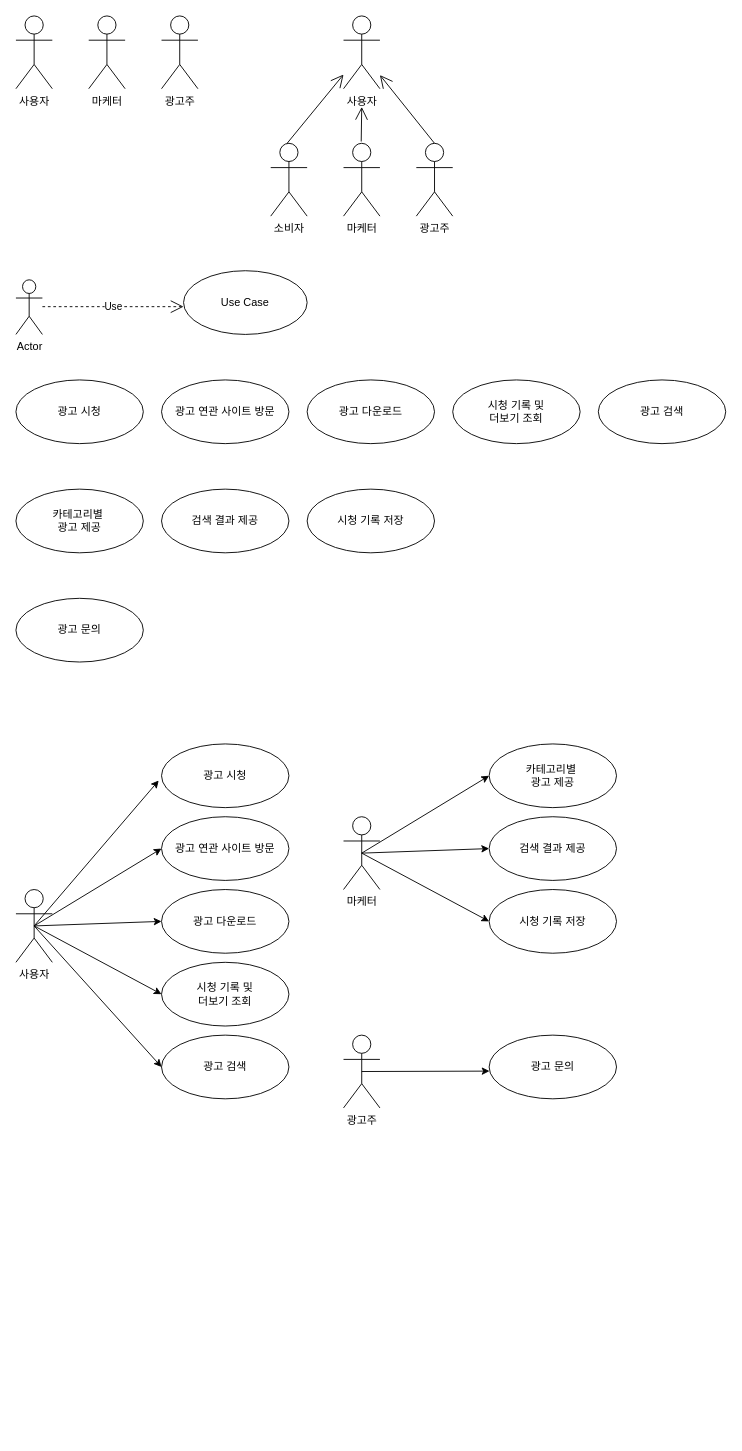
Before: Untitled Diagram.drawio in LEESEONGBOK1214/LSB-Files, a draw.io diagram. Source tidied: cells renumbered, new cells numbered last; positions are measured from the earlier drawing's top-left corner, leaving out a move shared by most shapes. Both pictures are drawn from the tidied source at 91%, with x=0, y=0 at pixel (15, 15).
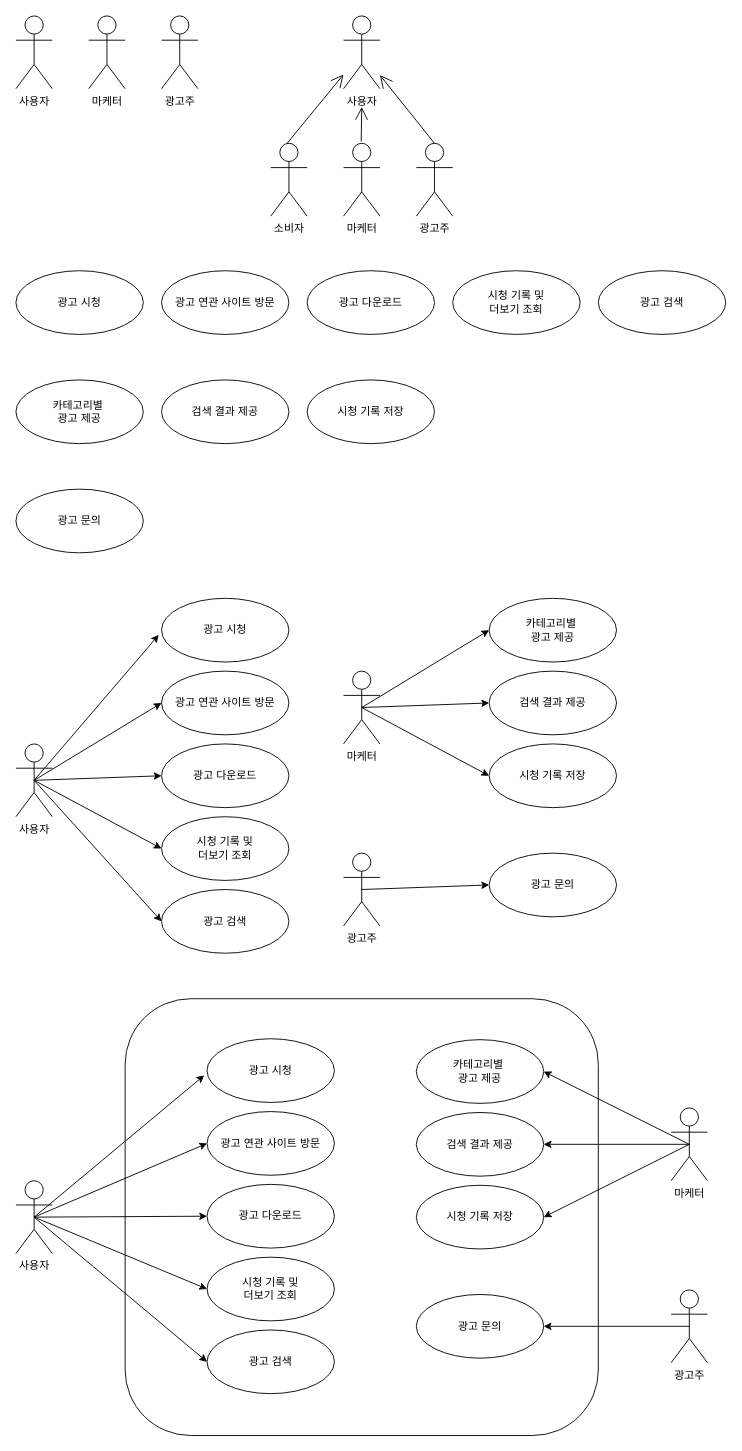
Above is the later version.

Commit message:
유스케이스 다이어그램 최종.drawio

The edit, as a diff of the source:
```diff
@@
+    <mxCell id="46" style="rounded=1;whiteSpace=wrap;html=1;" parent="1" vertex="1">
+      <mxGeometry x="120" y="1080" width="520" height="480" as="geometry" />
+    </mxCell>
@@
-    <mxCell id="8" style="group;" parent="1" vertex="1">
-      <mxGeometry y="280" width="320" height="70" as="geometry" />
-    </mxCell>
-    <mxCell id="9" value="Actor" style="shape=umlActor;verticalLabelPosition=bottom;verticalAlign=top;html=1;" parent="8" vertex="1">
-      <mxGeometry y="10" width="29.1" height="60" as="geometry" />
-    </mxCell>
-    <mxCell id="10" value="Use Case" style="ellipse;whiteSpace=wrap;html=1;" parent="8" vertex="1">
-      <mxGeometry x="184.2" width="135.8" height="70" as="geometry" />
-    </mxCell>
-    <mxCell id="11" value="Use" style="endArrow=open;endSize=12;dashed=1;html=1;" parent="8" edge="1">
-      <mxGeometry relative="1" as="geometry">
-        <mxPoint x="29.1" y="39.5" as="sourcePoint" />
-        <mxPoint x="184.2" y="39.5" as="targetPoint" />
-      </mxGeometry>
-    </mxCell>
@@
     <mxCell id="16" value="광고 시청" style="ellipse;whiteSpace=wrap;html=1;" parent="1" vertex="1">
-      <mxGeometry y="400" width="140" height="70" as="geometry" />
+      <mxGeometry y="280" width="140" height="70" as="geometry" />
     </mxCell>
     <mxCell id="17" value="광고 다운로드" style="ellipse;whiteSpace=wrap;html=1;" parent="1" vertex="1">
-      <mxGeometry x="320" y="400" width="140" height="70" as="geometry" />
+      <mxGeometry x="320" y="280" width="140" height="70" as="geometry" />
     </mxCell>
     <mxCell id="18" value="광고 검색" style="ellipse;whiteSpace=wrap;html=1;" parent="1" vertex="1">
-      <mxGeometry x="640" y="400" width="140" height="70" as="geometry" />
+      <mxGeometry x="640" y="280" width="140" height="70" as="geometry" />
     </mxCell>
     <mxCell id="19" value="광고 연관 사이트 방문" style="ellipse;whiteSpace=wrap;html=1;" parent="1" vertex="1">
-      <mxGeometry x="160" y="400" width="140" height="70" as="geometry" />
+      <mxGeometry x="160" y="280" width="140" height="70" as="geometry" />
     </mxCell>
     <mxCell id="20" value="시청 기록 및 &lt;br&gt;더보기 조회" style="ellipse;whiteSpace=wrap;html=1;" parent="1" vertex="1">
-      <mxGeometry x="480" y="400" width="140" height="70" as="geometry" />
+      <mxGeometry x="480" y="280" width="140" height="70" as="geometry" />
     </mxCell>
     <mxCell id="21" value="카테고리별&amp;nbsp;&lt;br&gt;광고 제공" style="ellipse;whiteSpace=wrap;html=1;" parent="1" vertex="1">
-      <mxGeometry y="520" width="140" height="70" as="geometry" />
+      <mxGeometry y="400" width="140" height="70" as="geometry" />
     </mxCell>
     <mxCell id="22" value="광고 문의" style="ellipse;whiteSpace=wrap;html=1;" parent="1" vertex="1">
-      <mxGeometry y="640" width="140" height="70" as="geometry" />
+      <mxGeometry y="520" width="140" height="70" as="geometry" />
     </mxCell>
     <mxCell id="23" value="검색 결과 제공" style="ellipse;whiteSpace=wrap;html=1;" parent="1" vertex="1">
-      <mxGeometry x="160" y="520" width="140" height="70" as="geometry" />
+      <mxGeometry x="160" y="400" width="140" height="70" as="geometry" />
     </mxCell>
     <mxCell id="24" value="시청 기록 저장" style="ellipse;whiteSpace=wrap;html=1;" parent="1" vertex="1">
-      <mxGeometry x="320" y="520" width="140" height="70" as="geometry" />
+      <mxGeometry x="320" y="400" width="140" height="70" as="geometry" />
     </mxCell>
     <mxCell id="25" value="사용자" style="shape=umlActor;verticalLabelPosition=bottom;verticalAlign=top;html=1;" parent="1" vertex="1">
-      <mxGeometry y="960" width="40" height="80" as="geometry" />
+      <mxGeometry y="800" width="40" height="80" as="geometry" />
     </mxCell>
     <mxCell id="26" value="마케터" style="shape=umlActor;verticalLabelPosition=bottom;verticalAlign=top;html=1;" parent="1" vertex="1">
-      <mxGeometry x="360" y="880" width="40" height="80" as="geometry" />
+      <mxGeometry x="360" y="720" width="40" height="80" as="geometry" />
     </mxCell>
     <mxCell id="27" value="광고주" style="shape=umlActor;verticalLabelPosition=bottom;verticalAlign=top;html=1;" parent="1" vertex="1">
-      <mxGeometry x="360" y="1120" width="40" height="80" as="geometry" />
+      <mxGeometry x="360" y="920" width="40" height="80" as="geometry" />
     </mxCell>
     <mxCell id="28" value="광고 시청" style="ellipse;whiteSpace=wrap;html=1;" parent="1" vertex="1">
-      <mxGeometry x="160" y="800" width="140" height="70" as="geometry" />
+      <mxGeometry x="160" y="640" width="140" height="70" as="geometry" />
     </mxCell>
     <mxCell id="29" value="광고 다운로드" style="ellipse;whiteSpace=wrap;html=1;" parent="1" vertex="1">
-      <mxGeometry x="160" y="960" width="140" height="70" as="geometry" />
+      <mxGeometry x="160" y="800" width="140" height="70" as="geometry" />
     </mxCell>
     <mxCell id="30" value="광고 검색" style="ellipse;whiteSpace=wrap;html=1;" parent="1" vertex="1">
-      <mxGeometry x="160" y="1120" width="140" height="70" as="geometry" />
+      <mxGeometry x="160" y="960" width="140" height="70" as="geometry" />
     </mxCell>
     <mxCell id="31" value="광고 연관 사이트 방문" style="ellipse;whiteSpace=wrap;html=1;" parent="1" vertex="1">
-      <mxGeometry x="160" y="880" width="140" height="70" as="geometry" />
+      <mxGeometry x="160" y="720" width="140" height="70" as="geometry" />
     </mxCell>
     <mxCell id="32" value="시청 기록 및 &lt;br&gt;더보기 조회" style="ellipse;whiteSpace=wrap;html=1;" parent="1" vertex="1">
-      <mxGeometry x="160" y="1040" width="140" height="70" as="geometry" />
+      <mxGeometry x="160" y="880" width="140" height="70" as="geometry" />
     </mxCell>
     <mxCell id="33" style="endArrow=classic;html=1;entryX=-0.022;entryY=0.574;entryDx=0;entryDy=0;entryPerimeter=0;" parent="1" edge="1" target="28">
       <mxGeometry relative="1" as="geometry">
-        <mxPoint x="20" y="1000" as="sourcePoint" />
+        <mxPoint x="20" y="840" as="sourcePoint" />
       </mxGeometry>
     </mxCell>
@@
     <mxCell id="38" value="카테고리별&amp;nbsp;&lt;br&gt;광고 제공" style="ellipse;whiteSpace=wrap;html=1;" parent="1" vertex="1">
-      <mxGeometry x="520" y="800" width="140" height="70" as="geometry" />
+      <mxGeometry x="520" y="640" width="140" height="70" as="geometry" />
     </mxCell>
     <mxCell id="39" value="검색 결과 제공" style="ellipse;whiteSpace=wrap;html=1;" parent="1" vertex="1">
-      <mxGeometry x="520" y="880" width="140" height="70" as="geometry" />
+      <mxGeometry x="520" y="720" width="140" height="70" as="geometry" />
     </mxCell>
     <mxCell id="40" value="시청 기록 저장" style="ellipse;whiteSpace=wrap;html=1;" parent="1" vertex="1">
-      <mxGeometry x="520" y="960" width="140" height="70" as="geometry" />
+      <mxGeometry x="520" y="800" width="140" height="70" as="geometry" />
     </mxCell>
@@
     <mxCell id="43" style="endArrow=classic;html=1;entryX=0;entryY=0.5;entryDx=0;entryDy=0;" parent="1" edge="1" target="40">
       <mxGeometry relative="1" as="geometry">
-        <mxPoint x="380" y="920" as="sourcePoint" />
+        <mxPoint x="380" y="760" as="sourcePoint" />
       </mxGeometry>
     </mxCell>
     <mxCell id="44" value="광고 문의" style="ellipse;whiteSpace=wrap;html=1;" parent="1" vertex="1">
-      <mxGeometry x="520" y="1120" width="140" height="70" as="geometry" />
+      <mxGeometry x="520" y="920" width="140" height="70" as="geometry" />
     </mxCell>
-    <mxCell id="45" style="endArrow=classic;html=1;entryX=0.003;entryY=0.565;entryDx=0;entryDy=0;exitX=0.5;exitY=0.5;exitDx=0;exitDy=0;exitPerimeter=0;entryPerimeter=0;" parent="1" edge="1" source="27" target="44">
+    <mxCell id="45" style="endArrow=classic;html=1;exitX=0.5;exitY=0.5;exitDx=0;exitDy=0;exitPerimeter=0;entryX=0;entryY=0.5;entryDx=0;entryDy=0;" parent="1" edge="1" source="27" target="44">
       <mxGeometry relative="1" as="geometry" />
     </mxCell>
+    <mxCell id="47" value="사용자" style="shape=umlActor;verticalLabelPosition=bottom;verticalAlign=top;html=1;" parent="1" vertex="1">
+      <mxGeometry y="1280" width="40" height="80" as="geometry" />
+    </mxCell>
+    <mxCell id="48" value="마케터" style="shape=umlActor;verticalLabelPosition=bottom;verticalAlign=top;html=1;" parent="1" vertex="1">
+      <mxGeometry x="720" y="1200" width="40" height="80" as="geometry" />
+    </mxCell>
+    <mxCell id="49" value="광고주" style="shape=umlActor;verticalLabelPosition=bottom;verticalAlign=top;html=1;" parent="1" vertex="1">
+      <mxGeometry x="720" y="1400" width="40" height="80" as="geometry" />
+    </mxCell>
+    <mxCell id="50" value="광고 시청" style="ellipse;whiteSpace=wrap;html=1;" parent="1" vertex="1">
+      <mxGeometry x="210" y="1124" width="140" height="70" as="geometry" />
+    </mxCell>
+    <mxCell id="51" value="광고 다운로드" style="ellipse;whiteSpace=wrap;html=1;" parent="1" vertex="1">
+      <mxGeometry x="210" y="1284" width="140" height="70" as="geometry" />
+    </mxCell>
+    <mxCell id="52" value="광고 검색" style="ellipse;whiteSpace=wrap;html=1;" parent="1" vertex="1">
+      <mxGeometry x="210" y="1444" width="140" height="70" as="geometry" />
+    </mxCell>
+    <mxCell id="53" value="광고 연관 사이트 방문" style="ellipse;whiteSpace=wrap;html=1;" parent="1" vertex="1">
+      <mxGeometry x="210" y="1204" width="140" height="70" as="geometry" />
+    </mxCell>
+    <mxCell id="54" value="시청 기록 및 &lt;br&gt;더보기 조회" style="ellipse;whiteSpace=wrap;html=1;" parent="1" vertex="1">
+      <mxGeometry x="210" y="1364" width="140" height="70" as="geometry" />
+    </mxCell>
+    <mxCell id="55" style="endArrow=classic;html=1;entryX=-0.022;entryY=0.574;entryDx=0;entryDy=0;entryPerimeter=0;" parent="1" edge="1" target="50">
+      <mxGeometry relative="1" as="geometry">
+        <mxPoint x="20" y="1320" as="sourcePoint" />
+      </mxGeometry>
+    </mxCell>
+    <mxCell id="56" style="endArrow=classic;html=1;entryX=0;entryY=0.5;entryDx=0;entryDy=0;exitX=0.5;exitY=0.5;exitDx=0;exitDy=0;exitPerimeter=0;" parent="1" edge="1" source="47" target="53">
+      <mxGeometry relative="1" as="geometry" />
+    </mxCell>
+    <mxCell id="57" style="endArrow=classic;html=1;entryX=0;entryY=0.5;entryDx=0;entryDy=0;exitX=0.5;exitY=0.5;exitDx=0;exitDy=0;exitPerimeter=0;" parent="1" edge="1" source="47" target="51">
+      <mxGeometry relative="1" as="geometry" />
+    </mxCell>
+    <mxCell id="58" style="endArrow=classic;html=1;entryX=0;entryY=0.5;entryDx=0;entryDy=0;exitX=0.5;exitY=0.5;exitDx=0;exitDy=0;exitPerimeter=0;" parent="1" edge="1" source="47" target="54">
+      <mxGeometry relative="1" as="geometry" />
+    </mxCell>
+    <mxCell id="59" style="endArrow=classic;html=1;entryX=0;entryY=0.5;entryDx=0;entryDy=0;exitX=0.5;exitY=0.5;exitDx=0;exitDy=0;exitPerimeter=0;" parent="1" edge="1" source="47" target="52">
+      <mxGeometry relative="1" as="geometry" />
+    </mxCell>
+    <mxCell id="60" value="카테고리별&amp;nbsp;&lt;br&gt;광고 제공" style="ellipse;whiteSpace=wrap;html=1;" parent="1" vertex="1">
+      <mxGeometry x="440" y="1125" width="140" height="70" as="geometry" />
+    </mxCell>
+    <mxCell id="61" value="검색 결과 제공" style="ellipse;whiteSpace=wrap;html=1;" parent="1" vertex="1">
+      <mxGeometry x="440" y="1205" width="140" height="70" as="geometry" />
+    </mxCell>
+    <mxCell id="62" value="시청 기록 저장" style="ellipse;whiteSpace=wrap;html=1;" parent="1" vertex="1">
+      <mxGeometry x="440" y="1285" width="140" height="70" as="geometry" />
+    </mxCell>
+    <mxCell id="63" style="endArrow=classic;html=1;entryX=1;entryY=0.5;entryDx=0;entryDy=0;exitX=0.5;exitY=0.5;exitDx=0;exitDy=0;exitPerimeter=0;" parent="1" edge="1" source="48" target="60">
+      <mxGeometry relative="1" as="geometry" />
+    </mxCell>
+    <mxCell id="64" style="endArrow=classic;html=1;exitX=0.5;exitY=0.5;exitDx=0;exitDy=0;exitPerimeter=0;entryX=1;entryY=0.5;entryDx=0;entryDy=0;" parent="1" edge="1" source="48" target="61">
+      <mxGeometry relative="1" as="geometry" />
+    </mxCell>
+    <mxCell id="65" style="endArrow=classic;html=1;entryX=1;entryY=0.5;entryDx=0;entryDy=0;exitX=0.5;exitY=0.5;exitDx=0;exitDy=0;exitPerimeter=0;" parent="1" edge="1" source="48" target="62">
+      <mxGeometry relative="1" as="geometry" />
+    </mxCell>
+    <mxCell id="66" value="광고 문의" style="ellipse;whiteSpace=wrap;html=1;" parent="1" vertex="1">
+      <mxGeometry x="440" y="1405" width="140" height="70" as="geometry" />
+    </mxCell>
+    <mxCell id="67" style="endArrow=classic;html=1;exitX=0.5;exitY=0.5;exitDx=0;exitDy=0;exitPerimeter=0;entryX=1;entryY=0.5;entryDx=0;entryDy=0;" parent="1" edge="1" source="49" target="66">
+      <mxGeometry relative="1" as="geometry" />
+    </mxCell>
```
